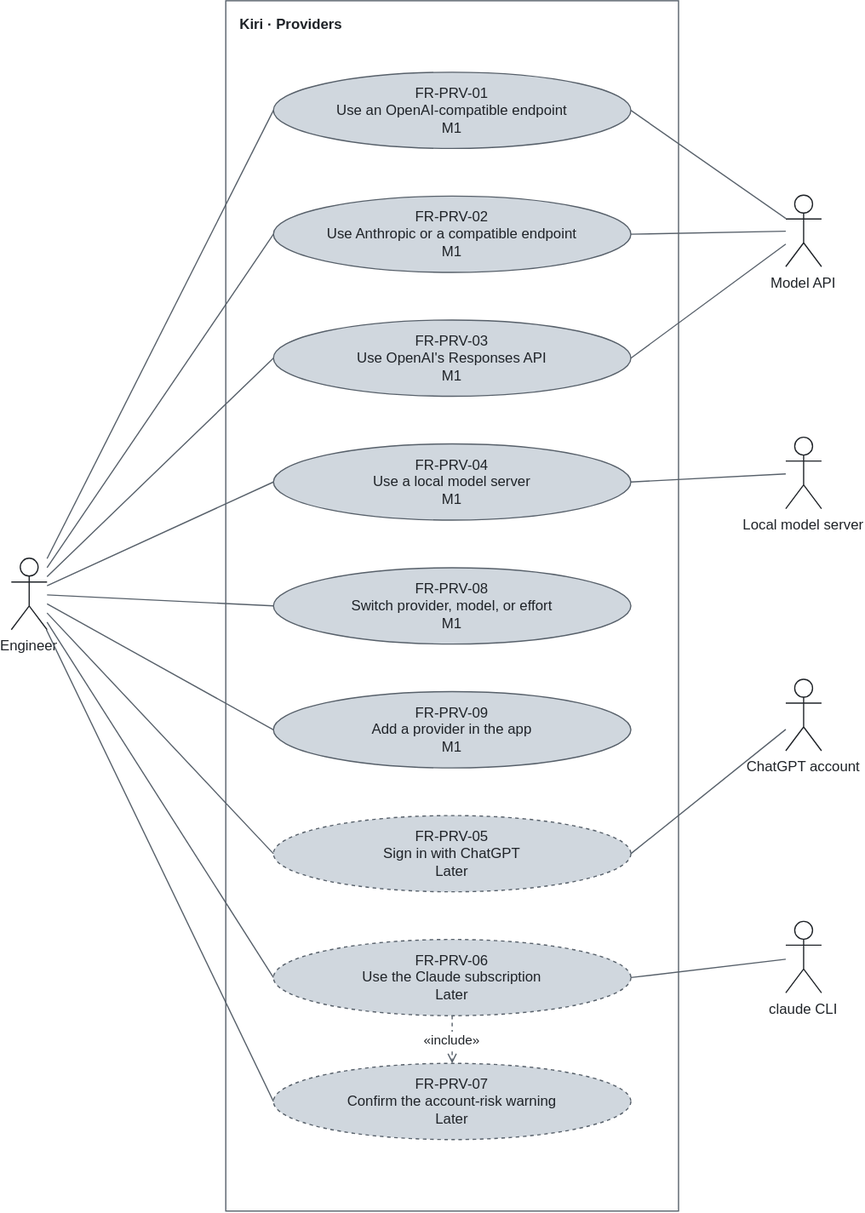
This is docs/requirements/diagrams/use-cases-providers.drawio.svg from TheoOdawara/Kiri, a draw.io export, as it was before one commit. Source tidied: cells renumbered, new cells last; positions are measured from the earlier drawing's top-left corner, leaving out a move shared by most shapes.
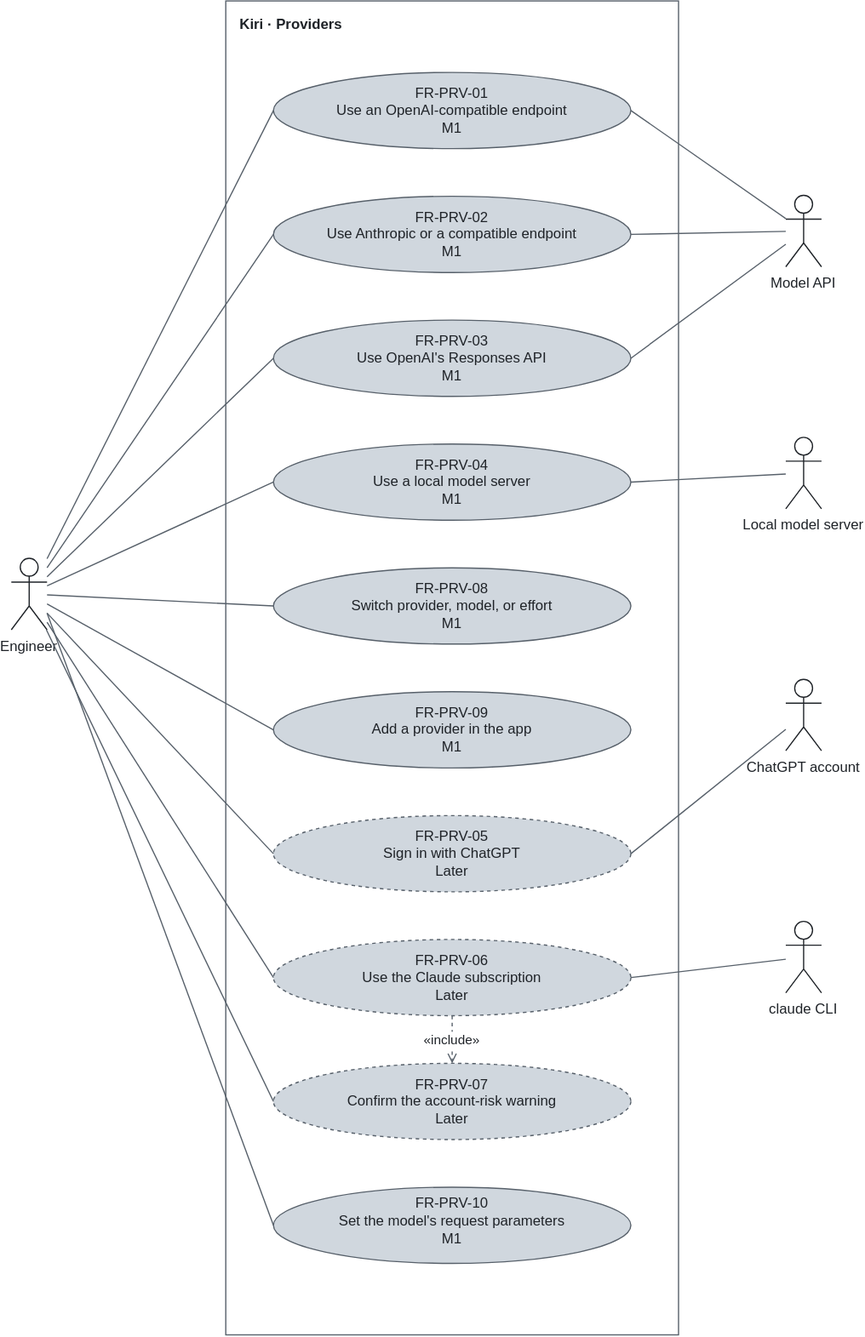
Above is the later version.

Commit message:
docs(requirements): add model request parameters as FR-PRV-10

Change to the diagram source:
```diff
@@ -3,7 +3,7 @@
     <mxCell id="0" />
     <mxCell id="1" parent="0" />
     <mxCell id="2" value="Kiri · Providers" style="rounded=0;html=0;fillColor=#FFFFFF;strokeColor=#57606A;fontColor=#1F2328;verticalAlign=top;align=left;spacingLeft=10;spacingTop=6;fontStyle=1;" parent="1" vertex="1">
-      <mxGeometry x="180" width="380" height="1016" as="geometry" />
+      <mxGeometry x="180" width="380" height="1120" as="geometry" />
     </mxCell>
     <mxCell id="3" value="Engineer" style="shape=umlActor;html=0;verticalLabelPosition=bottom;verticalAlign=top;strokeColor=#1F2328;fontColor=#1F2328;fillColor=#FFFFFF;" parent="1" vertex="1">
       <mxGeometry y="468" width="30" height="60" as="geometry" />
@@ -95,5 +95,11 @@
     <mxCell id="32" value="«include»" style="html=0;dashed=1;endArrow=open;strokeColor=#57606A;fontColor=#1F2328;labelBackgroundColor=#FFFFFF;" parent="1" edge="1" source="27" target="30">
       <mxGeometry relative="1" as="geometry" />
     </mxCell>
+    <mxCell id="33" value="FR-PRV-10&#10;Set the model's request parameters&#10;M1" style="ellipse;html=0;whiteSpace=wrap;fillColor=#D0D7DE;strokeColor=#57606A;fontColor=#1F2328;" parent="1" vertex="1">
+      <mxGeometry x="220" y="996" width="300" height="64" as="geometry" />
+    </mxCell>
+    <mxCell id="34" style="html=0;endArrow=none;entryX=0;entryY=0.5;entryDx=0;entryDy=0;strokeColor=#57606A;" parent="1" edge="1" source="3" target="33">
+      <mxGeometry relative="1" as="geometry" />
+    </mxCell>
   </root>
 </mxGraphModel>
```
